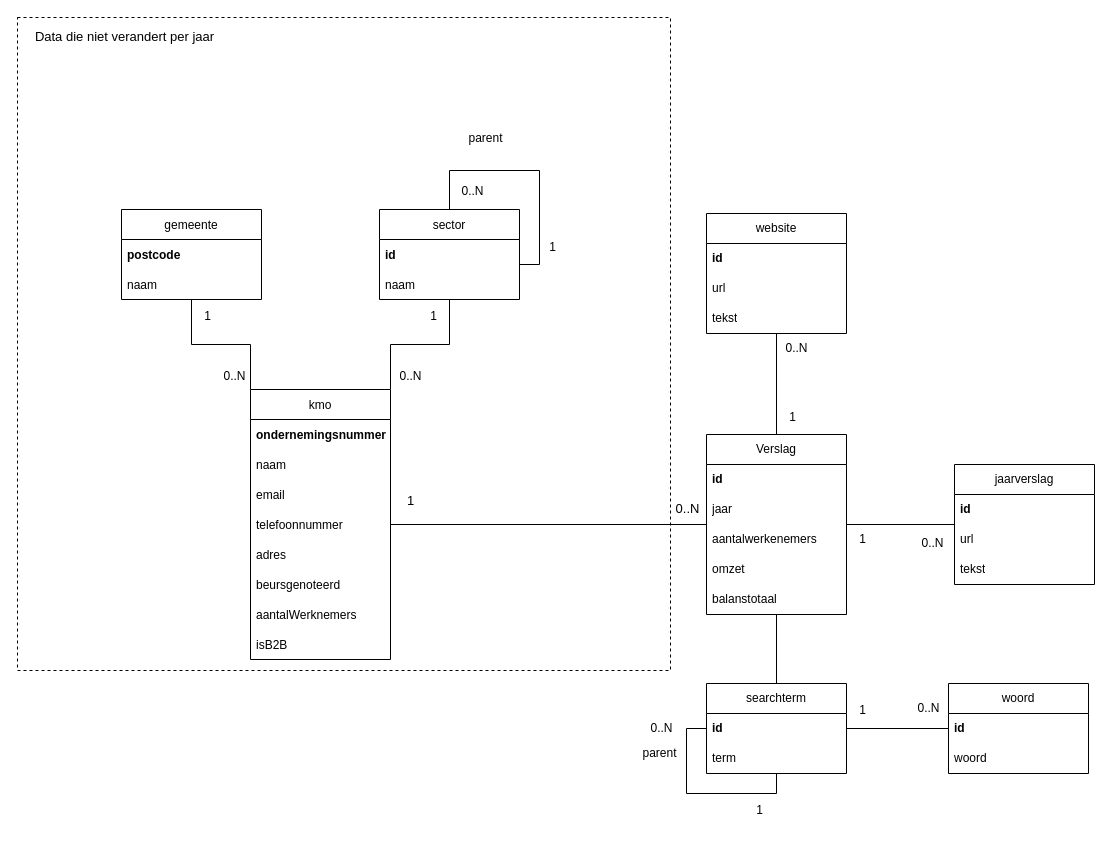
SiebeVCHoGent/DataEngineeringP2 keeps this draw.io diagram as Analyse/EERD/EERD - Data Engineering Project 2.drawio. Above is the earlier version. Source tidied: cells renumbered, new cells numbered last; positions are measured from the earlier drawing's top-left corner, leaving out a move shared by most shapes. Both pictures are drawn from the tidied source at 100%, with x=0, y=0 at pixel (17, 17).
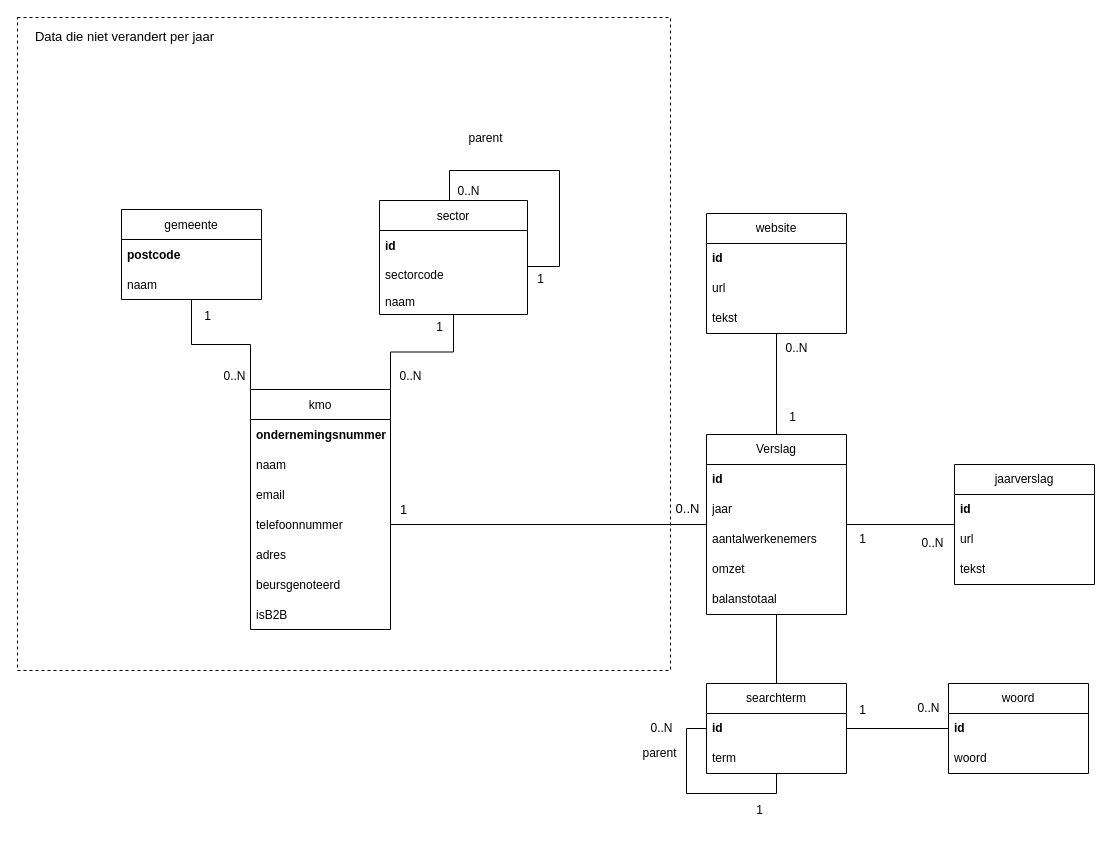
After the change.

Commit message (it also covers changes not shown here):
aanpassingen non-variable data eerd

Unchanged cells that the change refers to:
```xml
<mxCell id="7" value="telefoonnummer" style="text;strokeColor=none;fillColor=none;align=left;verticalAlign=middle;spacingLeft=4;spacingRight=4;overflow=hidden;points=[[0,0.5],[1,0.5]];portConstraint=eastwest;" parent="3" vertex="1">
  <mxGeometry y="120" width="140" height="30" as="geometry" />
</mxCell>
<mxCell id="34" value="Verslag" style="swimlane;fontStyle=0;horizontal=1;startSize=30;whiteSpace=wrap;html=1;" parent="1" vertex="1">
  <mxGeometry x="689" y="417" width="140" height="180" as="geometry" />
</mxCell>
```

Diff of the diagram source:
```diff
@@
     <mxCell id="3" value="kmo" style="swimlane;fontStyle=0;horizontal=1;startSize=30;fillColor=default;" parent="1" vertex="1">
-      <mxGeometry x="233" y="372" width="140" height="270" as="geometry" />
+      <mxGeometry x="233" y="372" width="140" height="240" as="geometry" />
     </mxCell>
@@
-    <mxCell id="10" value="aantalWerknemers" style="text;strokeColor=none;fillColor=none;align=left;verticalAlign=middle;spacingLeft=4;spacingRight=4;overflow=hidden;" parent="3" vertex="1">
-      <mxGeometry y="210" width="140" height="30" as="geometry" />
-    </mxCell>
     <mxCell id="11" value="isB2B" style="text;strokeColor=none;fillColor=none;align=left;verticalAlign=middle;spacingLeft=4;spacingRight=4;overflow=hidden;" parent="3" vertex="1">
-      <mxGeometry y="240" width="140" height="30" as="geometry" />
+      <mxGeometry y="210" width="140" height="30" as="geometry" />
     </mxCell>
@@
     <mxCell id="19" value="sector" style="swimlane;fontStyle=0;horizontal=1;startSize=30;fillColor=default;" parent="1" vertex="1">
-      <mxGeometry x="362" y="192" width="140" height="90" as="geometry" />
+      <mxGeometry x="362" y="183" width="148" height="114" as="geometry" />
     </mxCell>
     <mxCell id="20" value="id" style="text;strokeColor=none;fillColor=none;align=left;verticalAlign=middle;spacingLeft=4;spacingRight=4;overflow=hidden;fontStyle=1;" parent="19" vertex="1">
-      <mxGeometry y="30" width="140" height="30" as="geometry" />
+      <mxGeometry y="30" width="148" height="30" as="geometry" />
     </mxCell>
-    <mxCell id="21" value="naam" style="text;strokeColor=none;fillColor=none;align=left;verticalAlign=middle;spacingLeft=4;spacingRight=4;overflow=hidden;" parent="19" vertex="1">
-      <mxGeometry y="60" width="140" height="30" as="geometry" />
+    <mxCell id="21" value="sectorcode" style="text;strokeColor=none;fillColor=none;align=left;verticalAlign=middle;spacingLeft=4;spacingRight=4;overflow=hidden;" parent="19" vertex="1">
+      <mxGeometry y="60" width="148" height="27" as="geometry" />
     </mxCell>
+    <mxCell id="66" value="naam" style="text;strokeColor=none;fillColor=none;align=left;verticalAlign=middle;spacingLeft=4;spacingRight=4;overflow=hidden;" parent="19" vertex="1">
+      <mxGeometry y="87" width="148" height="27" as="geometry" />
+    </mxCell>
     <mxCell id="22" style="edgeStyle=orthogonalEdgeStyle;rounded=0;orthogonalLoop=1;jettySize=auto;html=1;endArrow=none;endFill=0;" parent="1" edge="1" source="19" target="19">
       <mxGeometry relative="1" as="geometry">
         <Array as="points">
           <mxPoint x="432" y="153" />
-          <mxPoint x="522" y="153" />
-          <mxPoint x="522" y="247" />
+          <mxPoint x="542" y="153" />
+          <mxPoint x="542" y="249" />
         </Array>
       </mxGeometry>
     </mxCell>
     <mxCell id="23" value="0..N" style="text;html=1;align=center;verticalAlign=middle;strokeColor=none;fillColor=none;" parent="1" vertex="1">
-      <mxGeometry x="435" y="161" width="40" height="26" as="geometry" />
+      <mxGeometry x="430.5" y="161" width="40" height="26" as="geometry" />
     </mxCell>
     <mxCell id="24" value="1" style="text;html=1;align=center;verticalAlign=middle;strokeColor=none;fillColor=none;" parent="1" vertex="1">
-      <mxGeometry x="403" y="286" width="25" height="26" as="geometry" />
+      <mxGeometry x="409" y="297" width="25" height="26" as="geometry" />
     </mxCell>
@@
-    <mxCell id="27" style="edgeStyle=none;rounded=0;jettySize=auto;html=1;fontSize=13;endArrow=none;endFill=0;" parent="1" edge="1" source="34" target="3">
+    <mxCell id="27" style="edgeStyle=none;rounded=0;jettySize=auto;html=1;fontSize=13;endArrow=none;endFill=0;entryX=1;entryY=0.5;entryDx=0;entryDy=0;" parent="1" edge="1" source="34" target="7">
       <mxGeometry relative="1" as="geometry" />
     </mxCell>
     <mxCell id="28" value="1" style="text;html=1;align=center;verticalAlign=middle;strokeColor=none;fillColor=none;fontSize=13;" parent="1" vertex="1">
-      <mxGeometry x="380.5" y="469" width="25" height="28" as="geometry" />
+      <mxGeometry x="373" y="478" width="25" height="28" as="geometry" />
     </mxCell>
@@
     <mxCell id="31" value="1" style="text;html=1;align=center;verticalAlign=middle;strokeColor=none;fillColor=none;" parent="1" vertex="1">
-      <mxGeometry x="522" y="217" width="25" height="26" as="geometry" />
+      <mxGeometry x="510" y="249" width="25" height="26" as="geometry" />
     </mxCell>
```
